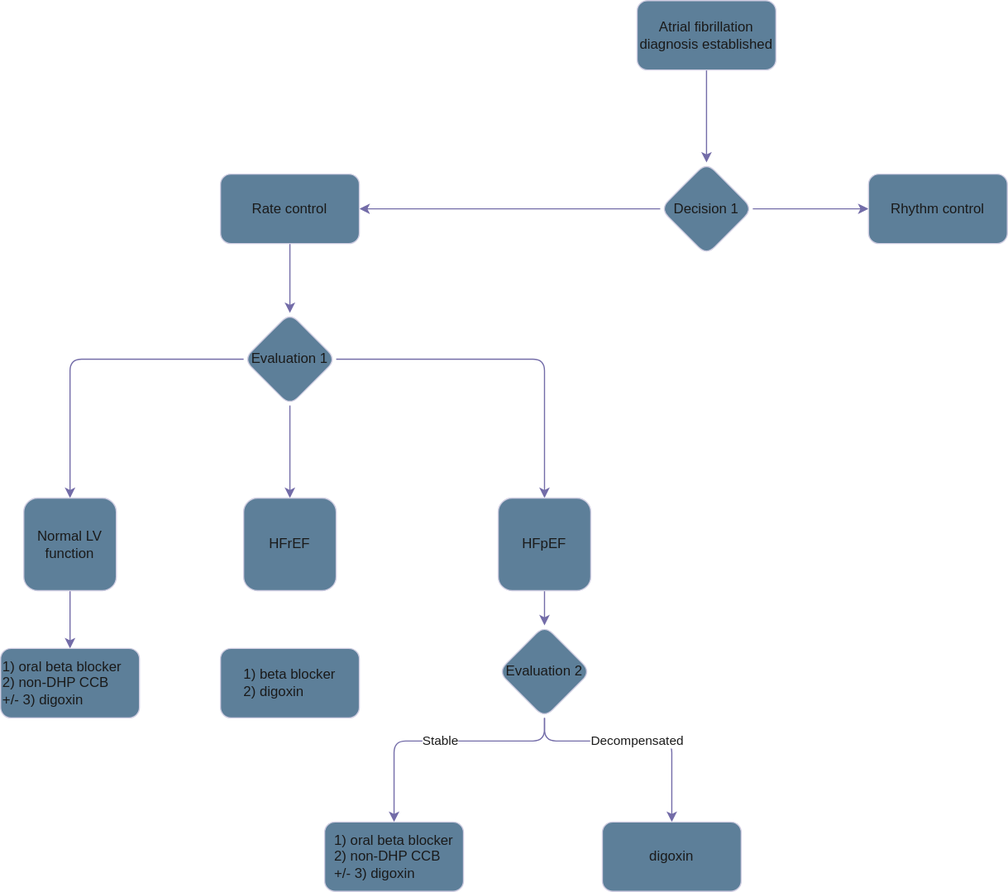
Before: Atrial fibrillation/AF algorithm.svg, a diagram exported from draw.io (TomHsiung/Cardiology). Source tidied: cells renumbered, new cells last; positions are measured from the earlier drawing's top-left corner, leaving out a move shared by most shapes.
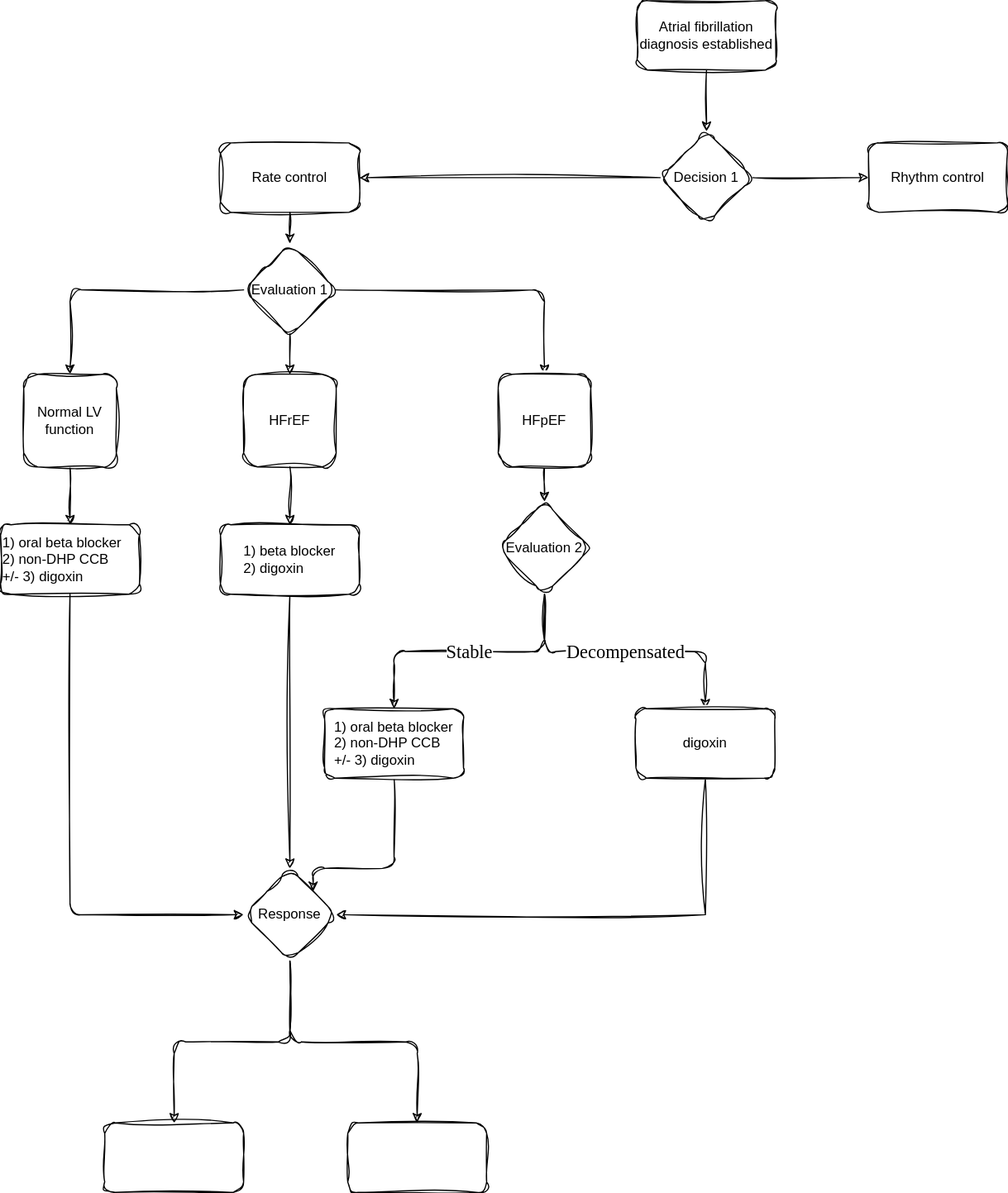
After the commit.

Diff of the diagram source:
```diff
@@ -2,87 +2,118 @@
   <root>
     <mxCell id="0" />
     <mxCell id="1" parent="0" />
-    <mxCell id="2" style="edgeStyle=orthogonalEdgeStyle;rounded=1;jettySize=auto;html=1;entryX=0.5;entryY=0;entryDx=0;entryDy=0;strokeColor=#736CA8;fontColor=#1A1A1A;" parent="1" edge="1" source="3" target="6">
+    <mxCell id="2" style="edgeStyle=orthogonalEdgeStyle;rounded=1;jettySize=auto;html=1;entryX=0.5;entryY=0;entryDx=0;entryDy=0;fontColor=default;exitX=0.5;exitY=1;exitDx=0;exitDy=0;labelBackgroundColor=none;sketch=1;curveFitting=1;jiggle=2;" parent="1" edge="1" source="3" target="6">
       <mxGeometry relative="1" as="geometry" />
     </mxCell>
-    <mxCell id="3" value="Atrial fibrillation diagnosis established" style="rounded=1;whiteSpace=wrap;html=1;labelBackgroundColor=none;fillColor=#5D7F99;strokeColor=#D0CEE2;fontColor=#1A1A1A;" parent="1" vertex="1">
+    <mxCell id="3" value="Atrial fibrillation diagnosis established" style="rounded=1;whiteSpace=wrap;html=1;labelBackgroundColor=none;sketch=1;curveFitting=1;jiggle=2;" parent="1" vertex="1">
       <mxGeometry x="550" width="120" height="60" as="geometry" />
     </mxCell>
-    <mxCell id="4" style="edgeStyle=orthogonalEdgeStyle;rounded=1;jettySize=auto;html=1;strokeColor=#736CA8;fontColor=#1A1A1A;" parent="1" edge="1" source="6" target="8">
+    <mxCell id="4" style="edgeStyle=orthogonalEdgeStyle;rounded=1;jettySize=auto;html=1;fontColor=default;entryX=1;entryY=0.5;entryDx=0;entryDy=0;exitX=0;exitY=0.5;exitDx=0;exitDy=0;labelBackgroundColor=none;sketch=1;curveFitting=1;jiggle=2;" parent="1" edge="1" source="6" target="8">
       <mxGeometry relative="1" as="geometry" />
     </mxCell>
-    <mxCell id="5" style="edgeStyle=orthogonalEdgeStyle;rounded=1;jettySize=auto;html=1;exitX=1;exitY=0.5;exitDx=0;exitDy=0;strokeColor=#736CA8;fontColor=#1A1A1A;" parent="1" edge="1" source="6" target="9">
+    <mxCell id="5" style="edgeStyle=orthogonalEdgeStyle;rounded=1;jettySize=auto;html=1;exitX=1;exitY=0.5;exitDx=0;exitDy=0;fontColor=default;entryX=0;entryY=0.5;entryDx=0;entryDy=0;labelBackgroundColor=none;sketch=1;curveFitting=1;jiggle=2;" parent="1" edge="1" source="6" target="9">
       <mxGeometry relative="1" as="geometry" />
     </mxCell>
-    <mxCell id="6" value="Decision 1" style="rhombus;whiteSpace=wrap;html=1;rounded=1;labelBackgroundColor=none;fillColor=#5D7F99;strokeColor=#D0CEE2;fontColor=#1A1A1A;" parent="1" vertex="1">
-      <mxGeometry x="570" y="140" width="80" height="80" as="geometry" />
+    <mxCell id="6" value="Decision 1" style="rhombus;whiteSpace=wrap;html=1;rounded=1;labelBackgroundColor=none;sketch=1;curveFitting=1;jiggle=2;" parent="1" vertex="1">
+      <mxGeometry x="570" y="113" width="80" height="80" as="geometry" />
     </mxCell>
-    <mxCell id="7" style="edgeStyle=orthogonalEdgeStyle;rounded=1;jettySize=auto;html=1;exitX=0.5;exitY=1;exitDx=0;exitDy=0;strokeColor=#736CA8;fontColor=#1A1A1A;" parent="1" edge="1" source="8" target="13">
+    <mxCell id="7" style="edgeStyle=orthogonalEdgeStyle;rounded=1;jettySize=auto;html=1;exitX=0.5;exitY=1;exitDx=0;exitDy=0;fontColor=default;entryX=0.5;entryY=0;entryDx=0;entryDy=0;labelBackgroundColor=none;sketch=1;curveFitting=1;jiggle=2;" parent="1" edge="1" source="8" target="13">
       <mxGeometry relative="1" as="geometry" />
     </mxCell>
-    <mxCell id="8" value="Rate control" style="rounded=1;whiteSpace=wrap;html=1;labelBackgroundColor=none;fillColor=#5D7F99;strokeColor=#D0CEE2;fontColor=#1A1A1A;" parent="1" vertex="1">
-      <mxGeometry x="190" y="150" width="120" height="60" as="geometry" />
+    <mxCell id="8" value="Rate control" style="rounded=1;whiteSpace=wrap;html=1;labelBackgroundColor=none;sketch=1;curveFitting=1;jiggle=2;" parent="1" vertex="1">
+      <mxGeometry x="190" y="123" width="120" height="60" as="geometry" />
     </mxCell>
-    <mxCell id="9" value="Rhythm control" style="rounded=1;whiteSpace=wrap;html=1;labelBackgroundColor=none;fillColor=#5D7F99;strokeColor=#D0CEE2;fontColor=#1A1A1A;" parent="1" vertex="1">
-      <mxGeometry x="750" y="150" width="120" height="60" as="geometry" />
+    <mxCell id="9" value="Rhythm control" style="rounded=1;whiteSpace=wrap;html=1;labelBackgroundColor=none;sketch=1;curveFitting=1;jiggle=2;" parent="1" vertex="1">
+      <mxGeometry x="750" y="123" width="120" height="60" as="geometry" />
     </mxCell>
-    <mxCell id="10" style="edgeStyle=orthogonalEdgeStyle;rounded=1;jettySize=auto;html=1;entryX=0.5;entryY=0;entryDx=0;entryDy=0;strokeColor=#736CA8;fontColor=#1A1A1A;" parent="1" edge="1" source="13" target="15">
+    <mxCell id="10" style="edgeStyle=orthogonalEdgeStyle;rounded=1;jettySize=auto;html=1;entryX=0.5;entryY=0;entryDx=0;entryDy=0;fontColor=default;exitX=0;exitY=0.5;exitDx=0;exitDy=0;labelBackgroundColor=none;sketch=1;curveFitting=1;jiggle=2;" parent="1" edge="1" source="13" target="15">
       <mxGeometry relative="1" as="geometry" />
     </mxCell>
-    <mxCell id="11" style="edgeStyle=orthogonalEdgeStyle;rounded=1;jettySize=auto;html=1;entryX=0.5;entryY=0;entryDx=0;entryDy=0;strokeColor=#736CA8;fontColor=#1A1A1A;exitX=0.5;exitY=1;exitDx=0;exitDy=0;" parent="1" edge="1" source="13" target="16">
-      <mxGeometry relative="1" as="geometry" />
+    <mxCell id="11" style="edgeStyle=orthogonalEdgeStyle;rounded=1;jettySize=auto;html=1;entryX=0.5;entryY=0;entryDx=0;entryDy=0;fontColor=default;exitX=0.5;exitY=1;exitDx=0;exitDy=0;labelBackgroundColor=none;sketch=1;curveFitting=1;jiggle=2;" parent="1" edge="1" target="16">
+      <mxGeometry relative="1" as="geometry">
+        <mxPoint x="250" y="288" as="sourcePoint" />
+      </mxGeometry>
     </mxCell>
-    <mxCell id="12" style="edgeStyle=orthogonalEdgeStyle;rounded=1;jettySize=auto;html=1;exitX=1;exitY=0.5;exitDx=0;exitDy=0;entryX=0.5;entryY=0;entryDx=0;entryDy=0;strokeColor=#736CA8;fontColor=#1A1A1A;" parent="1" edge="1" source="13" target="18">
+    <mxCell id="12" style="edgeStyle=orthogonalEdgeStyle;rounded=1;jettySize=auto;html=1;exitX=1;exitY=0.5;exitDx=0;exitDy=0;entryX=0.5;entryY=0;entryDx=0;entryDy=0;fontColor=default;labelBackgroundColor=none;sketch=1;curveFitting=1;jiggle=2;" parent="1" edge="1" source="13" target="18">
       <mxGeometry relative="1" as="geometry" />
     </mxCell>
-    <mxCell id="13" value="Evaluation 1" style="rhombus;whiteSpace=wrap;html=1;strokeColor=#D0CEE2;fontColor=#1A1A1A;fillColor=#5D7F99;rounded=1;" parent="1" vertex="1">
-      <mxGeometry x="210" y="270" width="80" height="80" as="geometry" />
+    <mxCell id="13" value="Evaluation 1" style="rhombus;whiteSpace=wrap;html=1;rounded=1;labelBackgroundColor=none;sketch=1;curveFitting=1;jiggle=2;" parent="1" vertex="1">
+      <mxGeometry x="210" y="210" width="80" height="80" as="geometry" />
     </mxCell>
-    <mxCell id="14" style="edgeStyle=orthogonalEdgeStyle;rounded=1;jettySize=auto;html=1;exitX=0.5;exitY=1;exitDx=0;exitDy=0;entryX=0.5;entryY=0;entryDx=0;entryDy=0;strokeColor=#736CA8;fontColor=#1A1A1A;" parent="1" edge="1" source="15" target="19">
+    <mxCell id="14" style="edgeStyle=orthogonalEdgeStyle;rounded=1;jettySize=auto;html=1;exitX=0.5;exitY=1;exitDx=0;exitDy=0;entryX=0.5;entryY=0;entryDx=0;entryDy=0;fontColor=default;labelBackgroundColor=none;sketch=1;curveFitting=1;jiggle=2;" parent="1" edge="1" source="15" target="19">
       <mxGeometry relative="1" as="geometry" />
     </mxCell>
-    <mxCell id="15" value="Normal LV function" style="whiteSpace=wrap;html=1;rounded=1;strokeColor=#D0CEE2;fontColor=#1A1A1A;fillColor=#5D7F99;" parent="1" vertex="1">
-      <mxGeometry x="20" y="430" width="80" height="80" as="geometry" />
+    <mxCell id="15" value="Normal LV function" style="whiteSpace=wrap;html=1;rounded=1;labelBackgroundColor=none;sketch=1;curveFitting=1;jiggle=2;" parent="1" vertex="1">
+      <mxGeometry x="20" y="323" width="80" height="80" as="geometry" />
     </mxCell>
+    <mxCell id="26" style="edgeStyle=orthogonalEdgeStyle;rounded=1;jettySize=auto;html=1;exitX=0.5;exitY=1;exitDx=0;exitDy=0;entryX=0.5;entryY=0;entryDx=0;entryDy=0;shadow=0;fontColor=default;labelBackgroundColor=none;sketch=1;curveFitting=1;jiggle=2;" parent="1" edge="1" source="16" target="20">
+      <mxGeometry relative="1" as="geometry" />
+    </mxCell>
-    <mxCell id="16" value="HFrEF" style="whiteSpace=wrap;html=1;rounded=1;strokeColor=#D0CEE2;fontColor=#1A1A1A;fillColor=#5D7F99;" parent="1" vertex="1">
-      <mxGeometry x="210" y="430" width="80" height="80" as="geometry" />
+    <mxCell id="16" value="HFrEF" style="whiteSpace=wrap;html=1;rounded=1;labelBackgroundColor=none;sketch=1;curveFitting=1;jiggle=2;" parent="1" vertex="1">
+      <mxGeometry x="210" y="323" width="80" height="80" as="geometry" />
     </mxCell>
-    <mxCell id="17" style="edgeStyle=orthogonalEdgeStyle;rounded=1;sketch=0;jettySize=auto;html=1;entryX=0.5;entryY=0;entryDx=0;entryDy=0;shadow=0;strokeColor=#736CA8;fontColor=#1A1A1A;" parent="1" edge="1" source="18" target="23">
+    <mxCell id="17" style="edgeStyle=orthogonalEdgeStyle;rounded=1;jettySize=auto;html=1;entryX=0.5;entryY=0;entryDx=0;entryDy=0;shadow=0;fontColor=default;exitX=0.5;exitY=1;exitDx=0;exitDy=0;labelBackgroundColor=none;sketch=1;curveFitting=1;jiggle=2;" parent="1" edge="1" source="18" target="23">
       <mxGeometry relative="1" as="geometry" />
     </mxCell>
-    <mxCell id="18" value="HFpEF" style="whiteSpace=wrap;html=1;rounded=1;strokeColor=#D0CEE2;fontColor=#1A1A1A;fillColor=#5D7F99;" parent="1" vertex="1">
-      <mxGeometry x="430" y="430" width="80" height="80" as="geometry" />
+    <mxCell id="18" value="HFpEF" style="whiteSpace=wrap;html=1;rounded=1;labelBackgroundColor=none;sketch=1;curveFitting=1;jiggle=2;" parent="1" vertex="1">
+      <mxGeometry x="430" y="323" width="80" height="80" as="geometry" />
     </mxCell>
+    <mxCell id="27" style="edgeStyle=orthogonalEdgeStyle;rounded=1;jettySize=auto;html=1;entryX=0;entryY=0.5;entryDx=0;entryDy=0;shadow=0;fontColor=default;exitX=0.5;exitY=1;exitDx=0;exitDy=0;labelBackgroundColor=none;sketch=1;curveFitting=1;jiggle=2;" parent="1" edge="1" source="19" target="33">
+      <mxGeometry relative="1" as="geometry" />
+    </mxCell>
-    <mxCell id="19" value="1) oral beta blocker&lt;br&gt;&lt;div style=&quot;&quot;&gt;2) non-DHP CCB&lt;/div&gt;&lt;div style=&quot;&quot;&gt;+/- 3) digoxin&lt;/div&gt;" style="rounded=1;whiteSpace=wrap;html=1;strokeColor=#D0CEE2;fontColor=#1A1A1A;fillColor=#5D7F99;align=left;" parent="1" vertex="1">
-      <mxGeometry y="560" width="120" height="60" as="geometry" />
+    <mxCell id="19" value="1) oral beta blocker&lt;br&gt;&lt;div style=&quot;&quot;&gt;2) non-DHP CCB&lt;/div&gt;&lt;div style=&quot;&quot;&gt;+/- 3) digoxin&lt;/div&gt;" style="rounded=1;whiteSpace=wrap;html=1;align=left;labelBackgroundColor=none;sketch=1;curveFitting=1;jiggle=2;" parent="1" vertex="1">
+      <mxGeometry y="453" width="120" height="60" as="geometry" />
     </mxCell>
+    <mxCell id="28" style="edgeStyle=orthogonalEdgeStyle;rounded=1;jettySize=auto;html=1;shadow=0;fontColor=default;entryX=0.5;entryY=0;entryDx=0;entryDy=0;exitX=0.5;exitY=1;exitDx=0;exitDy=0;labelBackgroundColor=none;sketch=1;curveFitting=1;jiggle=2;" parent="1" edge="1" source="20" target="33">
+      <mxGeometry relative="1" as="geometry" />
+    </mxCell>
-    <mxCell id="20" value="&lt;div style=&quot;text-align: left;&quot;&gt;1) beta blocker&lt;/div&gt;&lt;div style=&quot;text-align: left;&quot;&gt;2) digoxin&lt;/div&gt;" style="rounded=1;whiteSpace=wrap;html=1;strokeColor=#D0CEE2;fontColor=#1A1A1A;fillColor=#5D7F99;" parent="1" vertex="1">
-      <mxGeometry x="190" y="560" width="120" height="60" as="geometry" />
+    <mxCell id="20" value="&lt;div style=&quot;text-align: left;&quot;&gt;1) beta blocker&lt;/div&gt;&lt;div style=&quot;text-align: left;&quot;&gt;2) digoxin&lt;/div&gt;" style="rounded=1;whiteSpace=wrap;html=1;labelBackgroundColor=none;sketch=1;curveFitting=1;jiggle=2;" parent="1" vertex="1">
+      <mxGeometry x="190" y="453" width="120" height="60" as="geometry" />
     </mxCell>
-    <mxCell id="21" value="Stable" style="edgeStyle=orthogonalEdgeStyle;rounded=1;jettySize=auto;strokeColor=#736CA8;fontColor=#1A1A1A;shadow=0;html=1;" parent="1" edge="1" source="23" target="24">
-      <mxGeometry relative="1" as="geometry">
-        <Array as="points">
-          <mxPoint x="470" y="640" />
-          <mxPoint x="340" y="640" />
-        </Array>
-      </mxGeometry>
+    <mxCell id="21" value="Stable" style="edgeStyle=orthogonalEdgeStyle;rounded=1;hachureGap=4;jettySize=auto;html=1;entryX=0.5;entryY=0;entryDx=0;entryDy=0;fontFamily=Architects Daughter;fontSource=https%3A%2F%2Ffonts.googleapis.com%2Fcss%3Ffamily%3DArchitects%2BDaughter;fontSize=16;exitX=0.5;exitY=1;exitDx=0;exitDy=0;sketch=1;curveFitting=1;jiggle=2;" parent="1" edge="1" source="23" target="24">
+      <mxGeometry relative="1" as="geometry" />
     </mxCell>
-    <mxCell id="22" value="Decompensated" style="edgeStyle=orthogonalEdgeStyle;rounded=1;sketch=0;jettySize=auto;html=1;exitX=0.5;exitY=1;exitDx=0;exitDy=0;entryX=0.5;entryY=0;entryDx=0;entryDy=0;shadow=0;strokeColor=#736CA8;fontColor=#1A1A1A;" parent="1" edge="1" source="23" target="25">
-      <mxGeometry relative="1" as="geometry">
-        <Array as="points">
-          <mxPoint x="470" y="640" />
-          <mxPoint x="580" y="640" />
-        </Array>
-      </mxGeometry>
+    <mxCell id="22" value="Decompensated" style="edgeStyle=orthogonalEdgeStyle;rounded=1;hachureGap=4;jettySize=auto;html=1;exitX=0.5;exitY=1;exitDx=0;exitDy=0;fontFamily=Architects Daughter;fontSource=https%3A%2F%2Ffonts.googleapis.com%2Fcss%3Ffamily%3DArchitects%2BDaughter;fontSize=16;sketch=1;curveFitting=1;jiggle=2;" parent="1" edge="1" source="23" target="25">
+      <mxGeometry relative="1" as="geometry" />
     </mxCell>
-    <mxCell id="23" value="Evaluation 2" style="rhombus;whiteSpace=wrap;html=1;rounded=1;strokeColor=#D0CEE2;fontColor=#1A1A1A;fillColor=#5D7F99;" parent="1" vertex="1">
-      <mxGeometry x="430" y="540" width="80" height="80" as="geometry" />
+    <mxCell id="23" value="Evaluation 2" style="rhombus;whiteSpace=wrap;html=1;rounded=1;labelBackgroundColor=none;sketch=1;curveFitting=1;jiggle=2;" parent="1" vertex="1">
+      <mxGeometry x="430" y="433" width="80" height="80" as="geometry" />
     </mxCell>
+    <mxCell id="29" style="edgeStyle=orthogonalEdgeStyle;rounded=1;jettySize=auto;html=1;entryX=1;entryY=0;entryDx=0;entryDy=0;shadow=0;fontColor=default;labelBackgroundColor=none;sketch=1;curveFitting=1;jiggle=2;" parent="1" edge="1" source="24" target="33">
+      <mxGeometry relative="1" as="geometry">
+        <Array as="points">
+          <mxPoint x="340" y="750" />
+          <mxPoint x="270" y="750" />
+        </Array>
+      </mxGeometry>
+    </mxCell>
-    <mxCell id="24" value="&lt;span style=&quot;text-align: left;&quot;&gt;1) oral beta blocker&lt;/span&gt;&lt;br style=&quot;border-color: var(--border-color); text-align: left;&quot;&gt;&lt;div style=&quot;border-color: var(--border-color); text-align: left;&quot;&gt;2) non-DHP CCB&lt;/div&gt;&lt;div style=&quot;border-color: var(--border-color); text-align: left;&quot;&gt;+/- 3) digoxin&lt;/div&gt;" style="rounded=1;whiteSpace=wrap;html=1;strokeColor=#D0CEE2;fontColor=#1A1A1A;fillColor=#5D7F99;" parent="1" vertex="1">
-      <mxGeometry x="280" y="710" width="120" height="60" as="geometry" />
+    <mxCell id="24" value="&lt;span style=&quot;text-align: left;&quot;&gt;1) oral beta blocker&lt;/span&gt;&lt;br style=&quot;border-color: var(--border-color); text-align: left;&quot;&gt;&lt;div style=&quot;border-color: var(--border-color); text-align: left;&quot;&gt;2) non-DHP CCB&lt;/div&gt;&lt;div style=&quot;border-color: var(--border-color); text-align: left;&quot;&gt;+/- 3) digoxin&lt;/div&gt;" style="rounded=1;whiteSpace=wrap;html=1;labelBackgroundColor=none;sketch=1;curveFitting=1;jiggle=2;" parent="1" vertex="1">
+      <mxGeometry x="280" y="612" width="120" height="60" as="geometry" />
     </mxCell>
+    <mxCell id="30" style="edgeStyle=orthogonalEdgeStyle;rounded=0;sketch=1;hachureGap=4;jiggle=2;curveFitting=1;jettySize=auto;html=1;entryX=1;entryY=0.5;entryDx=0;entryDy=0;fontFamily=Architects Daughter;fontSource=https%3A%2F%2Ffonts.googleapis.com%2Fcss%3Ffamily%3DArchitects%2BDaughter;fontSize=16;exitX=0.5;exitY=1;exitDx=0;exitDy=0;" parent="1" edge="1" source="25" target="33">
+      <mxGeometry relative="1" as="geometry">
+        <Array as="points">
+          <mxPoint x="609" y="790" />
+        </Array>
+      </mxGeometry>
+    </mxCell>
-    <mxCell id="25" value="digoxin" style="rounded=1;whiteSpace=wrap;html=1;strokeColor=#D0CEE2;fontColor=#1A1A1A;fillColor=#5D7F99;" parent="1" vertex="1">
-      <mxGeometry x="520" y="710" width="120" height="60" as="geometry" />
+    <mxCell id="25" value="digoxin" style="rounded=1;whiteSpace=wrap;html=1;labelBackgroundColor=none;sketch=1;curveFitting=1;jiggle=2;" parent="1" vertex="1">
+      <mxGeometry x="549" y="612" width="120" height="60" as="geometry" />
     </mxCell>
+    <mxCell id="31" style="edgeStyle=orthogonalEdgeStyle;rounded=1;jettySize=auto;html=1;exitX=0.5;exitY=1;exitDx=0;exitDy=0;entryX=0.5;entryY=0;entryDx=0;entryDy=0;sketch=1;curveFitting=1;jiggle=2;" parent="1" edge="1" source="33" target="34">
+      <mxGeometry relative="1" as="geometry" />
+    </mxCell>
+    <mxCell id="32" style="edgeStyle=orthogonalEdgeStyle;rounded=1;jettySize=auto;html=1;exitX=0.5;exitY=1;exitDx=0;exitDy=0;entryX=0.5;entryY=0;entryDx=0;entryDy=0;sketch=1;curveFitting=1;jiggle=2;" parent="1" edge="1" source="33" target="35">
+      <mxGeometry relative="1" as="geometry" />
+    </mxCell>
+    <mxCell id="33" value="Response" style="rhombus;whiteSpace=wrap;html=1;rounded=1;labelBackgroundColor=none;sketch=1;curveFitting=1;jiggle=2;" parent="1" vertex="1">
+      <mxGeometry x="210" y="750" width="80" height="80" as="geometry" />
+    </mxCell>
+    <mxCell id="34" style="rounded=1;whiteSpace=wrap;html=1;labelBackgroundColor=none;sketch=1;curveFitting=1;jiggle=2;" parent="1" vertex="1">
+      <mxGeometry x="90" y="970" width="120" height="60" as="geometry" />
+    </mxCell>
+    <mxCell id="35" style="rounded=1;whiteSpace=wrap;html=1;labelBackgroundColor=none;sketch=1;curveFitting=1;jiggle=2;" parent="1" vertex="1">
+      <mxGeometry x="300" y="970" width="120" height="60" as="geometry" />
+    </mxCell>
   </root>
 </mxGraphModel>
```
